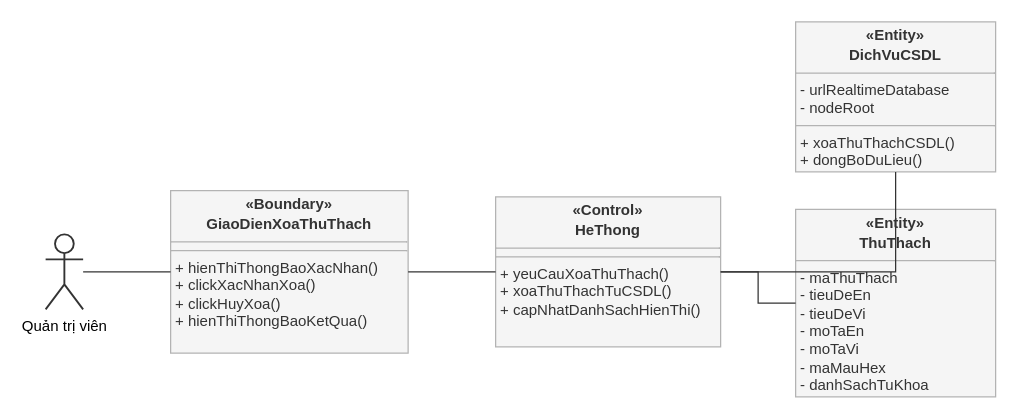
Earlier version of the draw.io diagram docs/AC/analysis_class_diagram_delete_mission.drawio (mitiie/KidX). Source tidied: cells renumbered, new cells numbered last; positions are measured from the earlier drawing's top-left corner, leaving out a move shared by most shapes. Both pictures are drawn from the tidied source at 125%, with x=0, y=0 at pixel (45, 21).
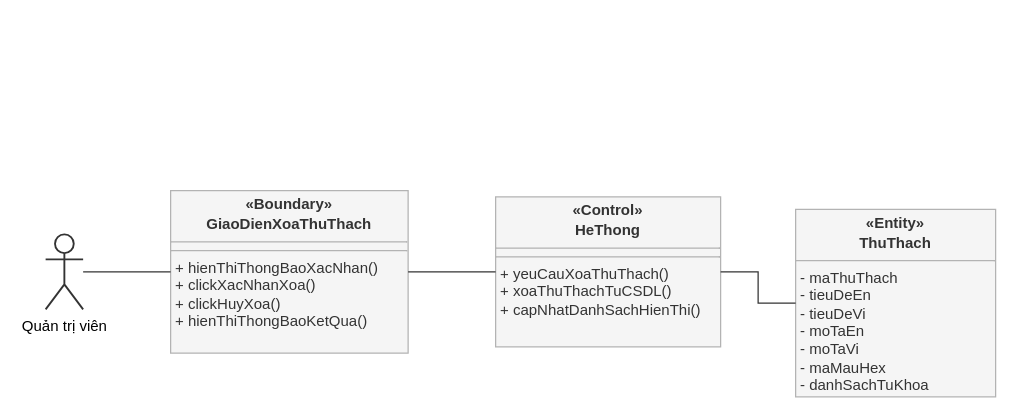
After the change.

The edit, as a diff of the source:
```diff
@@
 <mxGraphModel>
   <root>
     <mxCell id="0" />
     <mxCell id="1" parent="0" />
     <mxCell id="2" value="Quản trị viên" style="shape=umlActor;verticalLabelPosition=bottom;verticalAlign=top;html=1;outlineConnect=0;strokeColor=#333333;strokeWidth=1.5;" parent="1" vertex="1">
       <mxGeometry y="170" width="30" height="60" as="geometry" />
     </mxCell>
     <mxCell id="3" value="&lt;p style=&quot;margin:0px;margin-top:4px;text-align:center;&quot;&gt;&lt;b&gt;«Boundary»&lt;/b&gt;&lt;/p&gt;&lt;p style=&quot;margin:0px;margin-top:2px;text-align:center;&quot;&gt;&lt;b&gt;GiaoDienXoaThuThach&lt;/b&gt;&lt;/p&gt;&lt;hr size=&quot;1&quot; style=&quot;border-style:solid;border-color:#b3b3b3;&quot;/&gt;&lt;p style=&quot;margin:0px;margin-left:4px;text-align:left;&quot;&gt;&lt;/p&gt;&lt;hr size=&quot;1&quot; style=&quot;border-style:solid;border-color:#b3b3b3;&quot;/&gt;&lt;p style=&quot;margin:0px;margin-left:4px;text-align:left;&quot;&gt;+ hienThiThongBaoXacNhan()&lt;br&gt;+ clickXacNhanXoa()&lt;br&gt;+ clickHuyXoa()&lt;br&gt;+ hienThiThongBaoKetQua()&lt;/p&gt;" style="verticalAlign=top;align=left;overflow=fill;html=1;whiteSpace=wrap;rounded=0;fillColor=#f5f5f5;strokeColor=#b3b3b3;fontColor=#333333;fontSize=12;" parent="1" vertex="1">
       <mxGeometry x="100" y="135" width="190" height="130" as="geometry" />
     </mxCell>
     <mxCell id="4" value="&lt;p style=&quot;margin:0px;margin-top:4px;text-align:center;&quot;&gt;&lt;b&gt;«Control»&lt;/b&gt;&lt;/p&gt;&lt;p style=&quot;margin:0px;margin-top:2px;text-align:center;&quot;&gt;&lt;b&gt;HeThong&lt;/b&gt;&lt;/p&gt;&lt;hr size=&quot;1&quot; style=&quot;border-style:solid;border-color:#b3b3b3;&quot;/&gt;&lt;p style=&quot;margin:0px;margin-left:4px;text-align:left;&quot;&gt;&lt;/p&gt;&lt;hr size=&quot;1&quot; style=&quot;border-style:solid;border-color:#b3b3b3;&quot;/&gt;&lt;p style=&quot;margin:0px;margin-left:4px;text-align:left;&quot;&gt;+ yeuCauXoaThuThach()&lt;br&gt;+ xoaThuThachTuCSDL()&lt;br&gt;+ capNhatDanhSachHienThi()&lt;/p&gt;" style="verticalAlign=top;align=left;overflow=fill;html=1;whiteSpace=wrap;rounded=0;fillColor=#f5f5f5;strokeColor=#b3b3b3;fontColor=#333333;fontSize=12;" parent="1" vertex="1">
       <mxGeometry x="360" y="140" width="180" height="120" as="geometry" />
     </mxCell>
     <mxCell id="5" value="&lt;p style=&quot;margin:0px;margin-top:4px;text-align:center;&quot;&gt;&lt;b&gt;«Entity»&lt;/b&gt;&lt;/p&gt;&lt;p style=&quot;margin:0px;margin-top:2px;text-align:center;&quot;&gt;&lt;b&gt;ThuThach&lt;/b&gt;&lt;/p&gt;&lt;hr size=&quot;1&quot; style=&quot;border-style:solid;border-color:#b3b3b3;&quot;/&gt;&lt;p style=&quot;margin:0px;margin-left:4px;text-align:left;&quot;&gt;- maThuThach&lt;br&gt;- tieuDeEn&lt;br&gt;- tieuDeVi&lt;br&gt;- moTaEn&lt;br&gt;- moTaVi&lt;br&gt;- maMauHex&lt;br&gt;- danhSachTuKhoa&lt;/p&gt;&lt;hr size=&quot;1&quot; style=&quot;border-style:solid;border-color:#b3b3b3;&quot;/&gt;&lt;p style=&quot;margin:0px;margin-left:4px;text-align:left;&quot;&gt;+ xoaThuThach()&lt;/p&gt;" style="verticalAlign=top;align=left;overflow=fill;html=1;whiteSpace=wrap;rounded=0;fillColor=#f5f5f5;strokeColor=#b3b3b3;fontColor=#333333;fontSize=12;" parent="1" vertex="1">
       <mxGeometry x="600" y="150" width="160" height="150" as="geometry" />
     </mxCell>
-    <mxCell id="6" value="&lt;p style=&quot;margin:0px;margin-top:4px;text-align:center;&quot;&gt;&lt;b&gt;«Entity»&lt;/b&gt;&lt;/p&gt;&lt;p style=&quot;margin:0px;margin-top:2px;text-align:center;&quot;&gt;&lt;b&gt;DichVuCSDL&lt;/b&gt;&lt;/p&gt;&lt;hr size=&quot;1&quot; style=&quot;border-style:solid;border-color:#b3b3b3;&quot;/&gt;&lt;p style=&quot;margin:0px;margin-left:4px;text-align:left;&quot;&gt;- urlRealtimeDatabase&lt;br&gt;- nodeRoot&lt;/p&gt;&lt;hr size=&quot;1&quot; style=&quot;border-style:solid;border-color:#b3b3b3;&quot;/&gt;&lt;p style=&quot;margin:0px;margin-left:4px;text-align:left;&quot;&gt;+ xoaThuThachCSDL()&lt;br&gt;+ dongBoDuLieu()&lt;/p&gt;" style="verticalAlign=top;align=left;overflow=fill;html=1;whiteSpace=wrap;rounded=0;fillColor=#f5f5f5;strokeColor=#b3b3b3;fontColor=#333333;fontSize=12;" parent="1" vertex="1">
-      <mxGeometry x="600" width="160" height="120" as="geometry" />
-    </mxCell>
     <mxCell id="7" style="edgeStyle=orthogonalEdgeStyle;rounded=0;jettySize=auto;html=1;strokeColor=#333333;endArrow=none;" parent="1" edge="1" source="2" target="3">
       <mxGeometry relative="1" as="geometry" />
     </mxCell>
     <mxCell id="8" style="edgeStyle=orthogonalEdgeStyle;rounded=0;jettySize=auto;html=1;strokeColor=#333333;endArrow=none;" parent="1" edge="1" source="3" target="4">
       <mxGeometry relative="1" as="geometry" />
     </mxCell>
     <mxCell id="9" style="edgeStyle=orthogonalEdgeStyle;rounded=0;jettySize=auto;html=1;strokeColor=#333333;endArrow=none;" parent="1" edge="1" source="4" target="5">
       <mxGeometry relative="1" as="geometry" />
     </mxCell>
-    <mxCell id="10" style="edgeStyle=orthogonalEdgeStyle;rounded=0;jettySize=auto;html=1;strokeColor=#333333;endArrow=none;" parent="1" edge="1" source="4" target="6">
-      <mxGeometry relative="1" as="geometry" />
-    </mxCell>
   </root>
 </mxGraphModel>
```
